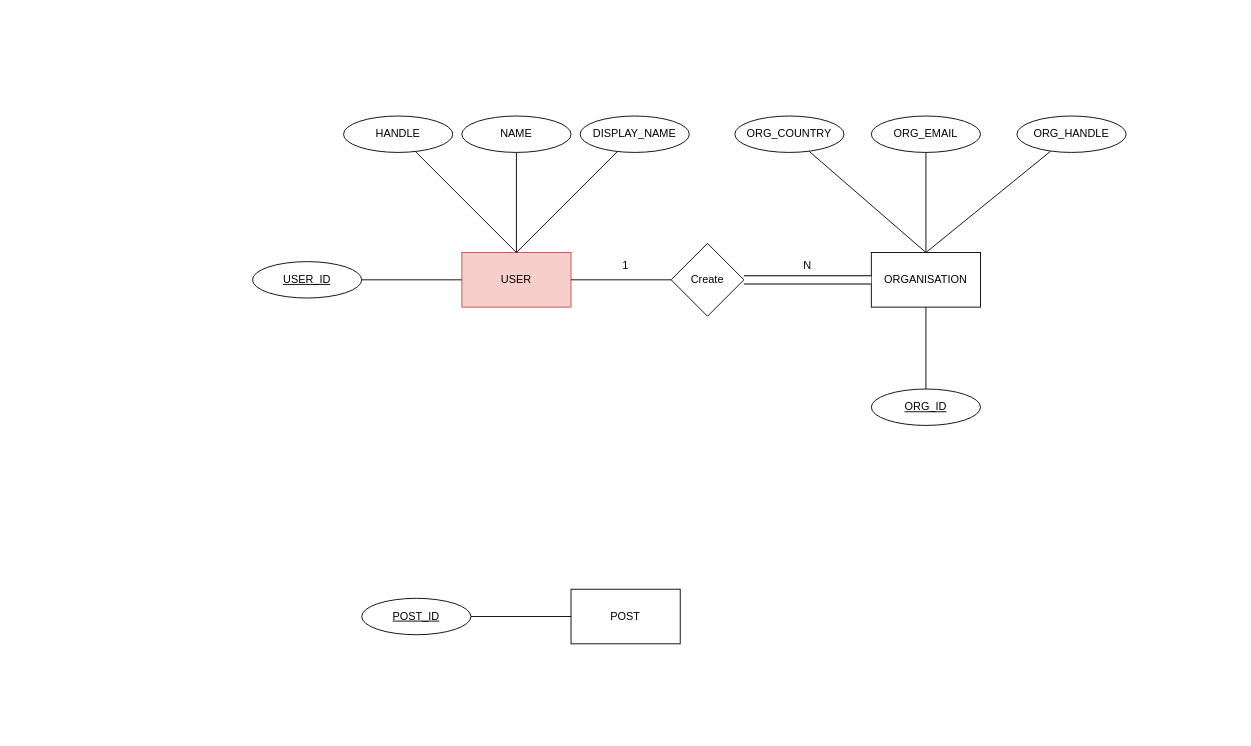
Above: codelabz.drawio in mohdhaider07/DrumKit (draw.io), before the change. Source tidied: cells renumbered, new cells numbered last; positions are measured from the earlier drawing's top-left corner, leaving out a move shared by most shapes. Both pictures are drawn from the tidied source at 91%, with x=0, y=0 at pixel (252, 116).
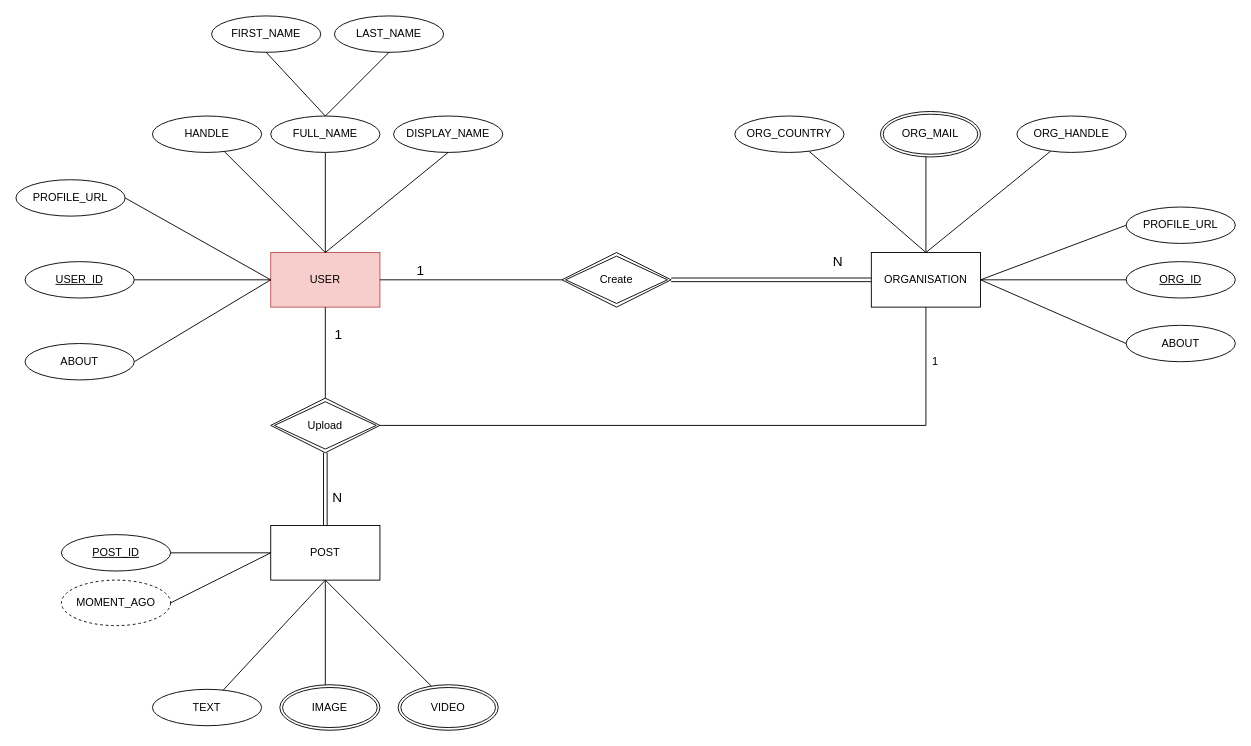
The same page after the edit.

Unchanged cells that the change refers to:
```xml
<mxCell id="10" value="ORGANISATION" style="rounded=0;whiteSpace=wrap;html=1;" parent="1" vertex="1">
  <mxGeometry x="680" y="150" width="120" height="60" as="geometry" />
</mxCell>
```

The edit, as a diff of the source:
```diff
@@
     <mxCell id="2" value="USER" style="rounded=0;whiteSpace=wrap;html=1;fillColor=#f8cecc;strokeColor=#b85450;" parent="1" vertex="1">
-      <mxGeometry x="230" y="150" width="120" height="60" as="geometry" />
+      <mxGeometry x="20" y="150" width="120" height="60" as="geometry" />
     </mxCell>
     <mxCell id="3" style="endArrow=none;html=1;rounded=0;" parent="1" edge="1" target="4">
       <mxGeometry relative="1" as="geometry">
-        <mxPoint x="290" y="150" as="sourcePoint" />
+        <mxPoint x="80" y="150" as="sourcePoint" />
       </mxGeometry>
     </mxCell>
-    <mxCell id="4" value="NAME" style="ellipse;whiteSpace=wrap;html=1;" parent="1" vertex="1">
-      <mxGeometry x="230" width="120" height="40" as="geometry" />
+    <mxCell id="4" value="FULL_NAME" style="ellipse;whiteSpace=wrap;html=1;" parent="1" vertex="1">
+      <mxGeometry x="20" width="120" height="40" as="geometry" />
     </mxCell>
@@
     <mxCell id="6" value="HANDLE" style="ellipse;whiteSpace=wrap;html=1;" parent="1" vertex="1">
-      <mxGeometry x="100" width="120" height="40" as="geometry" />
+      <mxGeometry x="-110" width="120" height="40" as="geometry" />
     </mxCell>
-    <mxCell id="7" style="endArrow=none;html=1;rounded=0;" parent="1" edge="1" target="8">
+    <mxCell id="7" style="endArrow=none;html=1;rounded=0;entryX=0.5;entryY=1;entryDx=0;entryDy=0;" parent="1" edge="1" target="8">
       <mxGeometry relative="1" as="geometry">
-        <mxPoint x="290" y="150" as="sourcePoint" />
+        <mxPoint x="80" y="150" as="sourcePoint" />
       </mxGeometry>
     </mxCell>
     <mxCell id="8" value="DISPLAY_NAME" style="ellipse;whiteSpace=wrap;html=1;" parent="1" vertex="1">
-      <mxGeometry x="360" width="120" height="40" as="geometry" />
+      <mxGeometry x="155" width="120" height="40" as="geometry" />
     </mxCell>
-    <mxCell id="9" style="endArrow=none;html=1;rounded=0;exitX=1;exitY=0.5;exitDx=0;exitDy=0;" parent="1" edge="1" source="2">
-      <mxGeometry relative="1" as="geometry">
-        <mxPoint x="460" y="180" as="targetPoint" />
-      </mxGeometry>
-    </mxCell>
@@
-    <mxCell id="11" value="Create" style="rhombus;whiteSpace=wrap;html=1;" parent="1" vertex="1">
-      <mxGeometry x="460" y="140" width="80" height="80" as="geometry" />
-    </mxCell>
-    <mxCell id="12" value="1" style="text;html=1;strokeColor=none;fillColor=none;align=center;verticalAlign=middle;whiteSpace=wrap;rounded=0;" parent="1" vertex="1">
-      <mxGeometry x="380" y="150" width="60" height="30" as="geometry" />
-    </mxCell>
-    <mxCell id="13" style="shape=filledEdge;curved=0;rounded=0;fixDash=1;endArrow=none;strokeWidth=10;fillColor=#ffffff;edgeStyle=orthogonalEdgeStyle;html=1;" parent="1" edge="1">
-      <mxGeometry relative="1" as="geometry">
-        <mxPoint x="540" y="180" as="sourcePoint" />
-        <mxPoint x="680" y="180" as="targetPoint" />
-        <Array as="points">
-          <mxPoint x="630" y="180" />
-          <mxPoint x="630" y="180" />
-        </Array>
-      </mxGeometry>
-    </mxCell>
-    <mxCell id="14" value="N" style="text;html=1;strokeColor=none;fillColor=none;align=center;verticalAlign=middle;whiteSpace=wrap;rounded=0;" parent="1" vertex="1">
-      <mxGeometry x="580" y="150" width="60" height="30" as="geometry" />
-    </mxCell>
@@
     <mxCell id="16" value="&lt;u&gt;USER_ID&lt;/u&gt;" style="ellipse;whiteSpace=wrap;html=1;" parent="1" vertex="1">
-      <mxGeometry y="160" width="120" height="40" as="geometry" />
+      <mxGeometry x="-250" y="160" width="120" height="40" as="geometry" />
     </mxCell>
@@
-    <mxCell id="19" style="endArrow=none;html=1;rounded=0;exitX=0.5;exitY=0;exitDx=0;exitDy=0;" parent="1" edge="1" source="10" target="20">
-      <mxGeometry relative="1" as="geometry" />
+    <mxCell id="19" style="endArrow=none;html=1;rounded=0;exitX=0.5;exitY=0;exitDx=0;exitDy=0;" parent="1" edge="1" source="10">
+      <mxGeometry relative="1" as="geometry">
+        <mxPoint x="740" y="40" as="targetPoint" />
+      </mxGeometry>
     </mxCell>
-    <mxCell id="20" value="ORG_EMAIL" style="ellipse;whiteSpace=wrap;html=1;" parent="1" vertex="1">
-      <mxGeometry x="680" width="120" height="40" as="geometry" />
-    </mxCell>
@@
-    <mxCell id="23" style="endArrow=none;html=1;rounded=0;entryX=0.5;entryY=0;entryDx=0;entryDy=0;exitX=0.5;exitY=1;exitDx=0;exitDy=0;" parent="1" edge="1" source="10" target="24">
+    <mxCell id="23" style="endArrow=none;html=1;rounded=0;entryX=0;entryY=0.5;entryDx=0;entryDy=0;exitX=1;exitY=0.5;exitDx=0;exitDy=0;" parent="1" edge="1" source="10" target="24">
       <mxGeometry relative="1" as="geometry" />
     </mxCell>
     <mxCell id="24" value="&lt;u&gt;ORG_ID&lt;/u&gt;" style="ellipse;whiteSpace=wrap;html=1;" parent="1" vertex="1">
-      <mxGeometry x="680" y="300" width="120" height="40" as="geometry" />
+      <mxGeometry x="960" y="160" width="120" height="40" as="geometry" />
     </mxCell>
     <mxCell id="25" value="POST" style="rounded=0;whiteSpace=wrap;html=1;" parent="1" vertex="1">
-      <mxGeometry x="350" y="520" width="120" height="60" as="geometry" />
+      <mxGeometry x="20" y="450" width="120" height="60" as="geometry" />
     </mxCell>
     <mxCell id="26" style="endArrow=none;html=1;rounded=0;entryX=1;entryY=0.5;entryDx=0;entryDy=0;exitX=0;exitY=0.5;exitDx=0;exitDy=0;" parent="1" edge="1" target="27">
       <mxGeometry relative="1" as="geometry">
-        <mxPoint x="350" y="550" as="sourcePoint" />
+        <mxPoint x="20" y="480" as="sourcePoint" />
       </mxGeometry>
     </mxCell>
     <mxCell id="27" value="&lt;u&gt;POST_ID&lt;/u&gt;" style="ellipse;whiteSpace=wrap;html=1;" parent="1" vertex="1">
-      <mxGeometry x="120" y="530" width="120" height="40" as="geometry" />
+      <mxGeometry x="-210" y="460" width="120" height="40" as="geometry" />
     </mxCell>
+    <mxCell id="28" style="endArrow=none;html=1;rounded=0;" parent="1" edge="1">
+      <mxGeometry relative="1" as="geometry">
+        <mxPoint x="80" y="510" as="sourcePoint" />
+        <mxPoint x="80" y="630" as="targetPoint" />
+      </mxGeometry>
+    </mxCell>
+    <mxCell id="29" style="endArrow=none;html=1;rounded=0;exitX=0.5;exitY=1;exitDx=0;exitDy=0;" parent="1" edge="1" source="25" target="30">
+      <mxGeometry relative="1" as="geometry" />
+    </mxCell>
+    <mxCell id="30" value="TEXT" style="ellipse;whiteSpace=wrap;html=1;" parent="1" vertex="1">
+      <mxGeometry x="-110" y="630" width="120" height="40" as="geometry" />
+    </mxCell>
+    <mxCell id="31" style="endArrow=none;html=1;rounded=0;exitX=0.5;exitY=1;exitDx=0;exitDy=0;" parent="1" edge="1" source="25">
+      <mxGeometry relative="1" as="geometry">
+        <mxPoint x="201" y="631" as="targetPoint" />
+      </mxGeometry>
+    </mxCell>
+    <mxCell id="32" style="endArrow=none;html=1;rounded=0;exitX=1;exitY=0.5;exitDx=0;exitDy=0;" parent="1" edge="1" source="45">
+      <mxGeometry relative="1" as="geometry">
+        <mxPoint x="740" y="210" as="targetPoint" />
+        <Array as="points">
+          <mxPoint x="740" y="340" />
+        </Array>
+      </mxGeometry>
+    </mxCell>
+    <mxCell id="33" value="1" style="text;html=1;align=center;verticalAlign=middle;strokeColor=none;fillColor=none;" parent="1" vertex="1">
+      <mxGeometry x="735" y="255" width="30" height="30" as="geometry" />
+    </mxCell>
+    <mxCell id="34" value="IMAGE" style="ellipse;shape=doubleEllipse;margin=3;whiteSpace=wrap;html=1;align=center;" parent="1" vertex="1">
+      <mxGeometry x="30" y="625" width="110" height="50" as="geometry" />
+    </mxCell>
+    <mxCell id="35" value="VIDEO" style="ellipse;shape=doubleEllipse;margin=3;whiteSpace=wrap;html=1;align=center;" parent="1" vertex="1">
+      <mxGeometry x="160" y="625" width="110" height="50" as="geometry" />
+    </mxCell>
+    <mxCell id="36" value="ORG_MAIL" style="ellipse;shape=doubleEllipse;margin=3;whiteSpace=wrap;html=1;align=center;" parent="1" vertex="1">
+      <mxGeometry x="690" y="-5" width="110" height="50" as="geometry" />
+    </mxCell>
+    <mxCell id="37" style="shape=link;html=1;rounded=0;exitX=1;exitY=0.5;exitDx=0;exitDy=0;" parent="1" edge="1" source="11">
+      <mxGeometry relative="1" as="geometry">
+        <mxPoint x="680" y="180" as="targetPoint" />
+      </mxGeometry>
+    </mxCell>
+    <mxCell id="38" value="N" style="html=1;whiteSpace=wrap;align=right;verticalAlign=bottom;fontSize=15;" parent="37" vertex="1">
+      <mxGeometry x="1" relative="1" as="geometry">
+        <mxPoint x="-30" y="-10" as="offset" />
+      </mxGeometry>
+    </mxCell>
+    <mxCell id="39" style="shape=link;html=1;rounded=0;exitX=0.5;exitY=1;exitDx=0;exitDy=0;entryX=0.5;entryY=0;entryDx=0;entryDy=0;" parent="1" edge="1" source="45" target="25">
+      <mxGeometry relative="1" as="geometry" />
+    </mxCell>
+    <mxCell id="40" value="N" style="html=1;whiteSpace=wrap;align=right;verticalAlign=bottom;fontSize=15;" parent="39" vertex="1">
+      <mxGeometry x="1" relative="1" as="geometry">
+        <mxPoint x="20" y="-20" as="offset" />
+      </mxGeometry>
+    </mxCell>
+    <mxCell id="41" value="FIRST_NAME" style="ellipse;whiteSpace=wrap;html=1;" parent="1" vertex="1">
+      <mxGeometry x="-45" y="-110" width="120" height="40" as="geometry" />
+    </mxCell>
+    <mxCell id="42" value="LAST_NAME" style="ellipse;whiteSpace=wrap;html=1;" parent="1" vertex="1">
+      <mxGeometry x="90" y="-110" width="120" height="40" as="geometry" />
+    </mxCell>
+    <mxCell id="43" style="endArrow=none;html=1;rounded=0;entryX=0.5;entryY=1;entryDx=0;entryDy=0;exitX=0.5;exitY=0;exitDx=0;exitDy=0;" parent="1" edge="1" source="4" target="42">
+      <mxGeometry relative="1" as="geometry" />
+    </mxCell>
+    <mxCell id="44" style="endArrow=none;html=1;rounded=0;entryX=0.5;entryY=1;entryDx=0;entryDy=0;" parent="1" edge="1" target="41">
+      <mxGeometry relative="1" as="geometry">
+        <mxPoint x="80" as="sourcePoint" />
+      </mxGeometry>
+    </mxCell>
+    <mxCell id="45" value="Upload" style="shape=rhombus;double=1;perimeter=rhombusPerimeter;whiteSpace=wrap;html=1;align=center;" parent="1" vertex="1">
+      <mxGeometry x="20" y="310" width="120" height="60" as="geometry" />
+    </mxCell>
+    <mxCell id="11" value="Create" style="shape=rhombus;double=1;perimeter=rhombusPerimeter;whiteSpace=wrap;html=1;align=center;" parent="1" vertex="1">
+      <mxGeometry x="340" y="150" width="120" height="60" as="geometry" />
+    </mxCell>
+    <mxCell id="46" style="endArrow=none;html=1;rounded=0;exitX=0.5;exitY=1;exitDx=0;exitDy=0;entryX=0.5;entryY=0;entryDx=0;entryDy=0;" parent="1" edge="1" source="2" target="45">
+      <mxGeometry relative="1" as="geometry" />
+    </mxCell>
+    <mxCell id="47" value="1" style="html=1;whiteSpace=wrap;align=right;verticalAlign=bottom;fontSize=15;" parent="46" vertex="1">
+      <mxGeometry x="1" relative="1" as="geometry">
+        <mxPoint x="20" y="-60" as="offset" />
+      </mxGeometry>
+    </mxCell>
+    <mxCell id="48" style="endArrow=none;html=1;rounded=0;exitX=1;exitY=0.5;exitDx=0;exitDy=0;entryX=0;entryY=0.5;entryDx=0;entryDy=0;" parent="1" edge="1" source="2" target="11">
+      <mxGeometry relative="1" as="geometry" />
+    </mxCell>
+    <mxCell id="49" value="1" style="html=1;whiteSpace=wrap;align=right;verticalAlign=bottom;fontSize=15;" parent="48" vertex="1">
+      <mxGeometry x="1" relative="1" as="geometry">
+        <mxPoint x="-150" as="offset" />
+      </mxGeometry>
+    </mxCell>
+    <mxCell id="50" value="PROFILE_URL" style="ellipse;whiteSpace=wrap;html=1;" parent="1" vertex="1">
+      <mxGeometry x="-260" y="70" width="120" height="40" as="geometry" />
+    </mxCell>
+    <mxCell id="51" style="endArrow=none;html=1;rounded=0;entryX=1;entryY=0.5;entryDx=0;entryDy=0;" parent="1" edge="1" target="50">
+      <mxGeometry relative="1" as="geometry">
+        <mxPoint x="20" y="180" as="sourcePoint" />
+      </mxGeometry>
+    </mxCell>
+    <mxCell id="52" value="PROFILE_URL" style="ellipse;whiteSpace=wrap;html=1;" parent="1" vertex="1">
+      <mxGeometry x="960" y="100" width="120" height="40" as="geometry" />
+    </mxCell>
+    <mxCell id="53" style="endArrow=none;html=1;rounded=0;entryX=0;entryY=0.5;entryDx=0;entryDy=0;exitX=1;exitY=0.5;exitDx=0;exitDy=0;" parent="1" edge="1" source="10" target="52">
+      <mxGeometry relative="1" as="geometry" />
+    </mxCell>
+    <mxCell id="54" value="MOMENT_AGO" style="ellipse;whiteSpace=wrap;html=1;align=center;dashed=1;" parent="1" vertex="1">
+      <mxGeometry x="-210" y="510" width="120" height="50" as="geometry" />
+    </mxCell>
+    <mxCell id="55" style="endArrow=none;html=1;rounded=0;entryX=1;entryY=0.5;entryDx=0;entryDy=0;" parent="1" edge="1" target="54">
+      <mxGeometry relative="1" as="geometry">
+        <mxPoint x="20" y="480" as="sourcePoint" />
+      </mxGeometry>
+    </mxCell>
+    <mxCell id="56" value="ABOUT" style="ellipse;whiteSpace=wrap;html=1;" parent="1" vertex="1">
+      <mxGeometry x="-250" y="250" width="120" height="40" as="geometry" />
+    </mxCell>
+    <mxCell id="57" style="endArrow=none;html=1;rounded=0;entryX=1;entryY=0.5;entryDx=0;entryDy=0;exitX=0;exitY=0.5;exitDx=0;exitDy=0;" parent="1" edge="1" source="2" target="56">
+      <mxGeometry relative="1" as="geometry" />
+    </mxCell>
+    <mxCell id="58" value="ABOUT" style="ellipse;whiteSpace=wrap;html=1;" parent="1" vertex="1">
+      <mxGeometry x="960" y="230" width="120" height="40" as="geometry" />
+    </mxCell>
+    <mxCell id="59" style="endArrow=none;html=1;rounded=0;entryX=0;entryY=0.5;entryDx=0;entryDy=0;" parent="1" edge="1" target="58">
+      <mxGeometry relative="1" as="geometry">
+        <mxPoint x="800" y="180" as="sourcePoint" />
+      </mxGeometry>
+    </mxCell>
```
